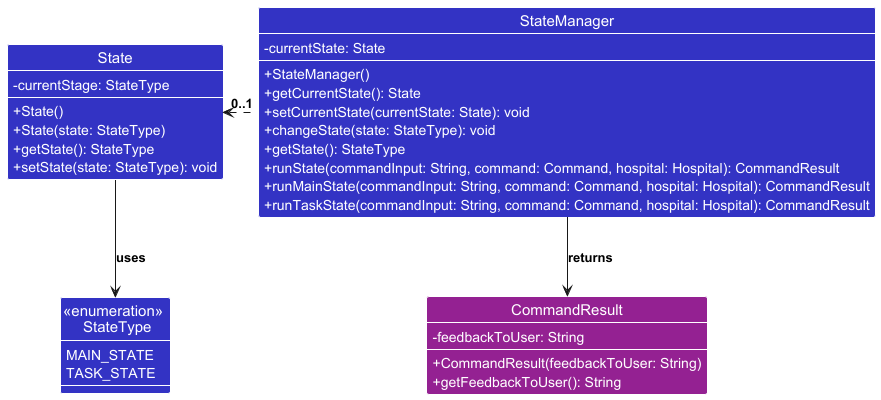
The PlantUML diagram docs/images/StateManagerClassDiagram.png in nus-cs2113-AY2425S1/tp, before a commit.
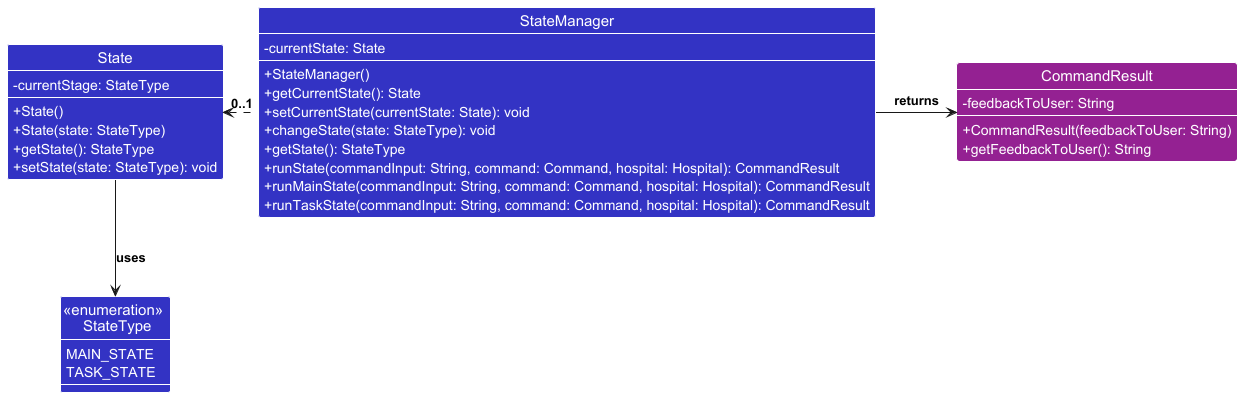
Above is the later version.

Change to the diagram source:
```diff
@@ -35,6 +35,6 @@
 
 StateManager .left.> "0..1" State
 State --> StateType : "uses"
-StateManager --> CommandResult : "returns"
+StateManager -right-> CommandResult : "returns"
 
 @enduml
```
